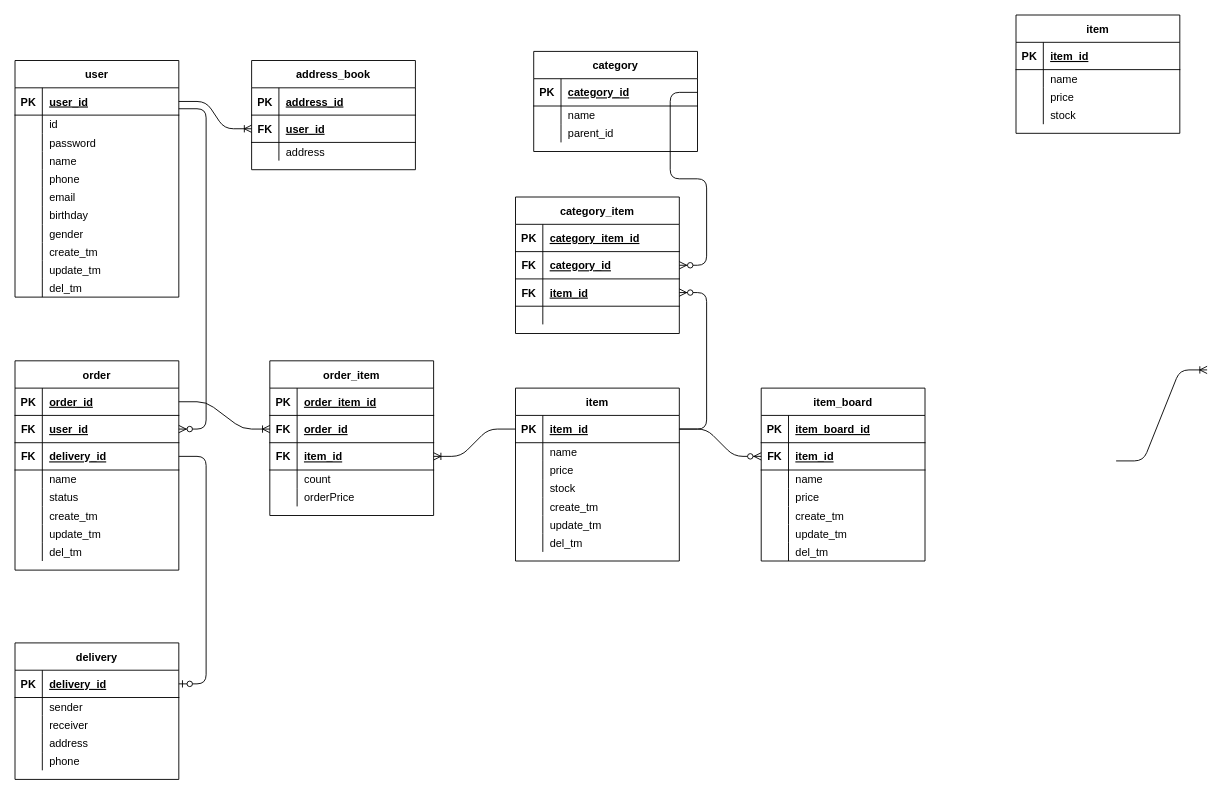
dirtysmile/jpaProject keeps this draw.io diagram as JpaProjectERD.drawio. Above is the earlier version. Source tidied: cells renumbered, new cells numbered last; positions are measured from the earlier drawing's top-left corner, leaving out a move shared by most shapes. Both pictures are drawn from the tidied source at 91%, with x=0, y=0 at pixel (15, 15).
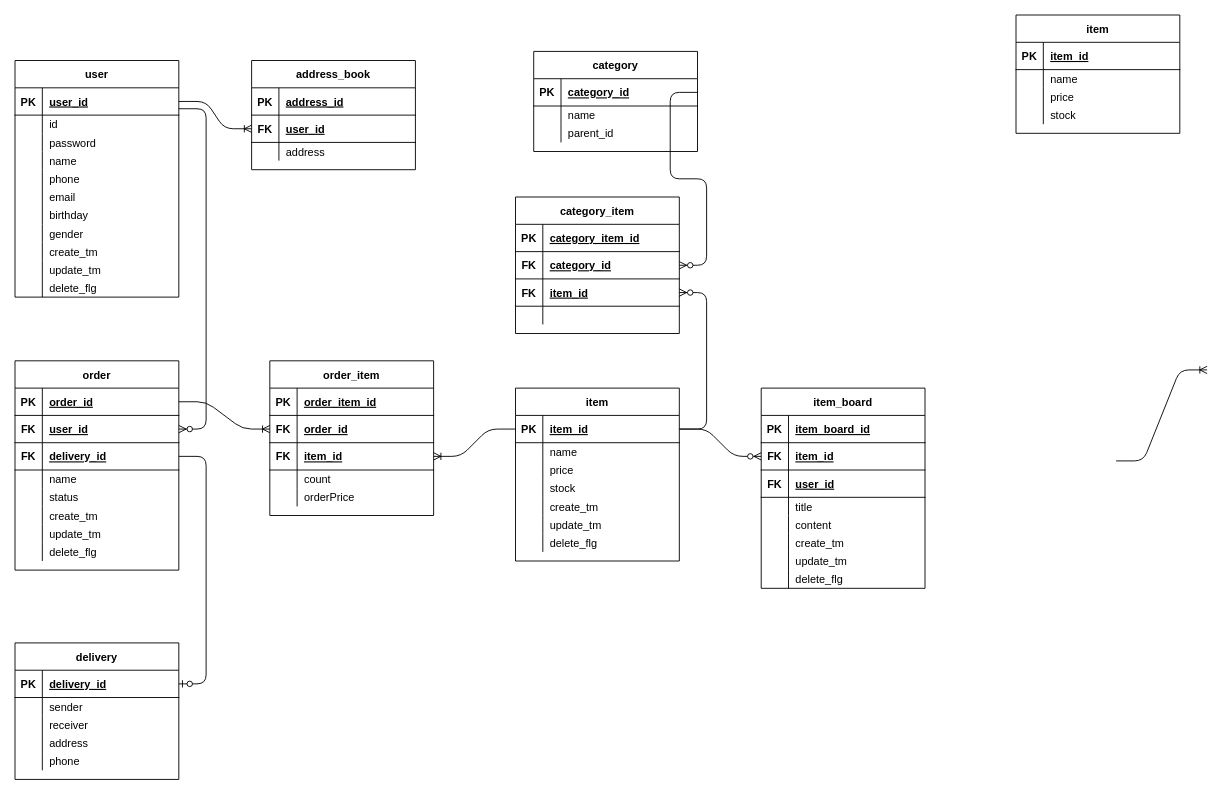
The same page after the edit.

The change refers to these unchanged cells:
```xml
<mxCell id="33" style="shape=partialRectangle;fillColor=none;top=0;left=0;bottom=0;right=0;" parent="2" vertex="1">
  <mxGeometry y="240" width="180" height="20" as="geometry" />
</mxCell>
<mxCell id="65" style="shape=partialRectangle;fillColor=none;top=0;left=0;bottom=0;right=0;" parent="46" vertex="1">
  <mxGeometry y="160" width="180" height="20" as="geometry" />
</mxCell>
<mxCell id="114" style="shape=partialRectangle;fillColor=none;top=0;left=0;bottom=0;right=0;" parent="92" vertex="1">
  <mxGeometry y="200" width="180" height="20" as="geometry" />
</mxCell>
```

Diff of the diagram source:
```diff
@@
-    <mxCell id="35" value="del_tm" style="shape=partialRectangle;fillColor=none;top=0;left=0;bottom=0;right=0;align=left;spacingLeft=6;overflow=hidden;" parent="33" vertex="1">
+    <mxCell id="35" value="delete_flg" style="shape=partialRectangle;fillColor=none;top=0;left=0;bottom=0;right=0;align=left;spacingLeft=6;overflow=hidden;" parent="33" vertex="1">
       <mxGeometry x="30" width="150" height="20" as="geometry" />
     </mxCell>
@@
-    <mxCell id="67" value="del_tm" style="shape=partialRectangle;fillColor=none;top=0;left=0;bottom=0;right=0;align=left;spacingLeft=6;overflow=hidden;" parent="65" vertex="1">
+    <mxCell id="67" value="delete_flg" style="shape=partialRectangle;fillColor=none;top=0;left=0;bottom=0;right=0;align=left;spacingLeft=6;overflow=hidden;" parent="65" vertex="1">
       <mxGeometry x="30" width="150" height="20" as="geometry" />
     </mxCell>
@@
-    <mxCell id="116" value="del_tm" style="shape=partialRectangle;fillColor=none;top=0;left=0;bottom=0;right=0;align=left;spacingLeft=6;overflow=hidden;" parent="114" vertex="1">
+    <mxCell id="116" value="delete_flg" style="shape=partialRectangle;fillColor=none;top=0;left=0;bottom=0;right=0;align=left;spacingLeft=6;overflow=hidden;" parent="114" vertex="1">
       <mxGeometry x="30" width="150" height="20" as="geometry" />
     </mxCell>
@@
     <mxCell id="170" value="item_board" style="shape=table;startSize=30;childLayout=tableLayout;rowLines=0;fontStyle=1;align=center;" parent="1" vertex="1">
-      <mxGeometry x="820" y="410" width="180" height="190" as="geometry" />
+      <mxGeometry x="820" y="410" width="180" height="220" as="geometry" />
     </mxCell>
@@
+    <mxCell id="192" style="shape=partialRectangle;fillColor=none;top=0;left=0;bottom=1;right=0;" parent="170" vertex="1">
+      <mxGeometry y="90" width="180" height="30" as="geometry" />
+    </mxCell>
+    <mxCell id="193" value="FK" style="shape=partialRectangle;fillColor=none;top=0;left=0;bottom=0;right=0;fontStyle=1;overflow=hidden;" parent="192" vertex="1">
+      <mxGeometry width="30" height="30" as="geometry" />
+    </mxCell>
+    <mxCell id="194" value="user_id" style="shape=partialRectangle;fillColor=none;top=0;left=0;bottom=0;right=0;align=left;spacingLeft=6;fontStyle=5;overflow=hidden;" parent="192" vertex="1">
+      <mxGeometry x="30" width="150" height="30" as="geometry" />
+    </mxCell>
     <mxCell id="177" style="shape=partialRectangle;fillColor=none;top=0;left=0;bottom=0;right=0;" parent="170" vertex="1">
-      <mxGeometry y="90" width="180" height="20" as="geometry" />
+      <mxGeometry y="120" width="180" height="20" as="geometry" />
     </mxCell>
@@
-    <mxCell id="179" value="name" style="shape=partialRectangle;fillColor=none;top=0;left=0;bottom=0;right=0;align=left;spacingLeft=6;overflow=hidden;" parent="177" vertex="1">
+    <mxCell id="179" value="title" style="shape=partialRectangle;fillColor=none;top=0;left=0;bottom=0;right=0;align=left;spacingLeft=6;overflow=hidden;" parent="177" vertex="1">
       <mxGeometry x="30" width="150" height="20" as="geometry" />
     </mxCell>
-    <mxCell id="180" style="shape=partialRectangle;fillColor=none;top=0;left=0;bottom=0;right=0;" parent="170" vertex="1">
-      <mxGeometry y="110" width="180" height="20" as="geometry" />
-    </mxCell>
+    <mxCell id="195" style="shape=partialRectangle;fillColor=none;top=0;left=0;bottom=0;right=0;" parent="170" vertex="1">
+      <mxGeometry y="140" width="180" height="20" as="geometry" />
+    </mxCell>
-    <mxCell id="181" style="shape=partialRectangle;fillColor=none;top=0;left=0;bottom=0;right=0;overflow=hidden;" parent="180" vertex="1">
+    <mxCell id="181" style="shape=partialRectangle;fillColor=none;top=0;left=0;bottom=0;right=0;overflow=hidden;" parent="195" vertex="1">
       <mxGeometry width="30" height="20" as="geometry" />
     </mxCell>
-    <mxCell id="182" value="price" style="shape=partialRectangle;fillColor=none;top=0;left=0;bottom=0;right=0;align=left;spacingLeft=6;overflow=hidden;" parent="180" vertex="1">
-      <mxGeometry x="30" width="150" height="20" as="geometry" />
-    </mxCell>
+    <mxCell id="196" value="content" style="shape=partialRectangle;fillColor=none;top=0;left=0;bottom=0;right=0;align=left;spacingLeft=6;overflow=hidden;" parent="195" vertex="1">
+      <mxGeometry x="30" width="150" height="20" as="geometry" />
+    </mxCell>
     <mxCell id="183" style="shape=partialRectangle;fillColor=none;top=0;left=0;bottom=0;right=0;" parent="170" vertex="1">
-      <mxGeometry y="130" width="180" height="20" as="geometry" />
+      <mxGeometry y="160" width="180" height="20" as="geometry" />
     </mxCell>
@@
     <mxCell id="186" style="shape=partialRectangle;fillColor=none;top=0;left=0;bottom=0;right=0;" parent="170" vertex="1">
-      <mxGeometry y="150" width="180" height="20" as="geometry" />
+      <mxGeometry y="180" width="180" height="20" as="geometry" />
     </mxCell>
@@
     <mxCell id="189" style="shape=partialRectangle;fillColor=none;top=0;left=0;bottom=0;right=0;" parent="170" vertex="1">
-      <mxGeometry y="170" width="180" height="20" as="geometry" />
+      <mxGeometry y="200" width="180" height="20" as="geometry" />
     </mxCell>
@@
-    <mxCell id="191" value="del_tm" style="shape=partialRectangle;fillColor=none;top=0;left=0;bottom=0;right=0;align=left;spacingLeft=6;overflow=hidden;" parent="189" vertex="1">
+    <mxCell id="191" value="delete_flg" style="shape=partialRectangle;fillColor=none;top=0;left=0;bottom=0;right=0;align=left;spacingLeft=6;overflow=hidden;" parent="189" vertex="1">
       <mxGeometry x="30" width="150" height="20" as="geometry" />
     </mxCell>
```
